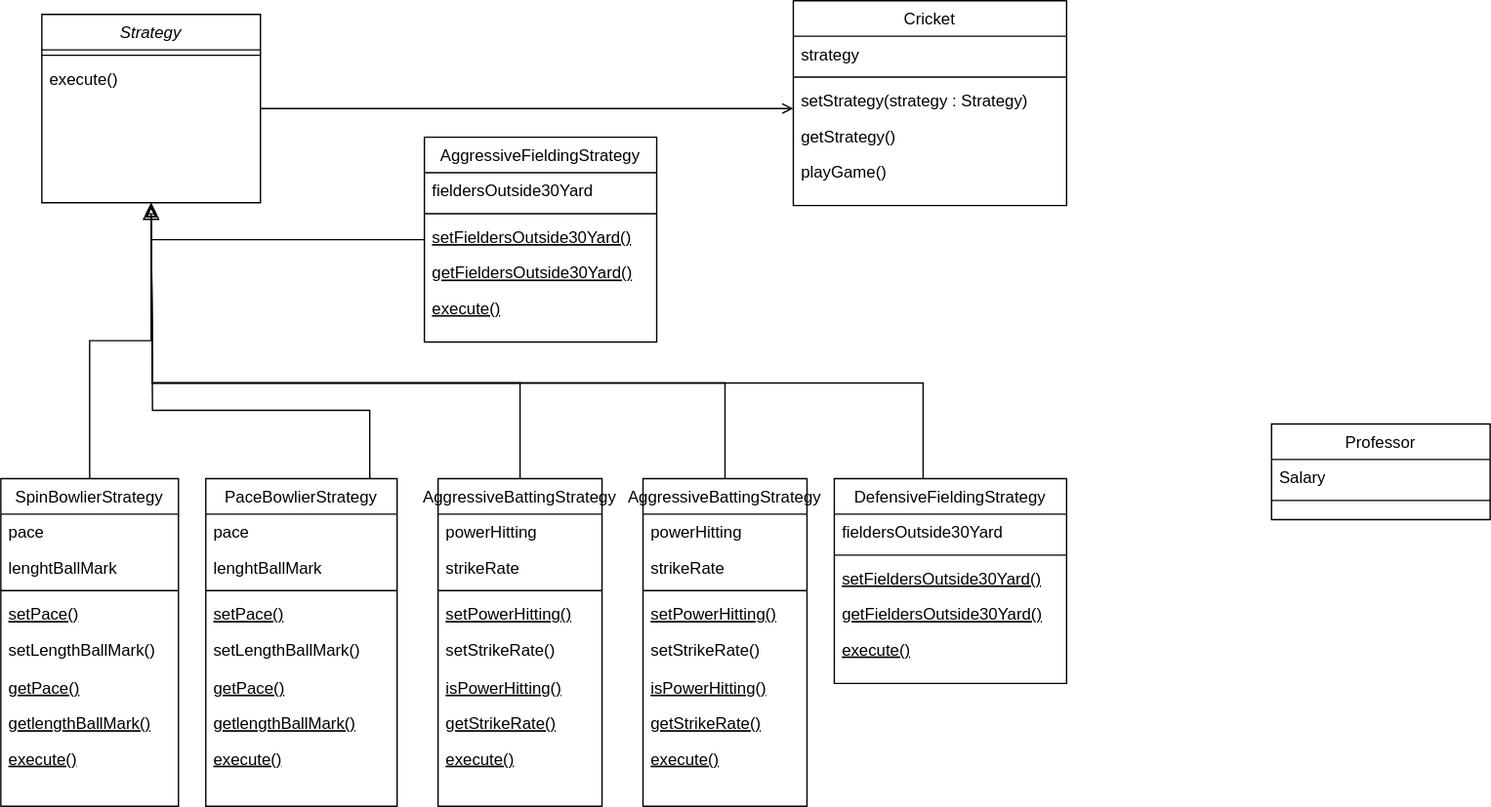
This is HW15/Diagrams/ClassDiagram.svg from dhruvshah01/CS680_HW, a draw.io export, as it was before one commit. Source tidied: cells renumbered, new cells last; positions are measured from the earlier drawing's top-left corner, leaving out a move shared by most shapes.
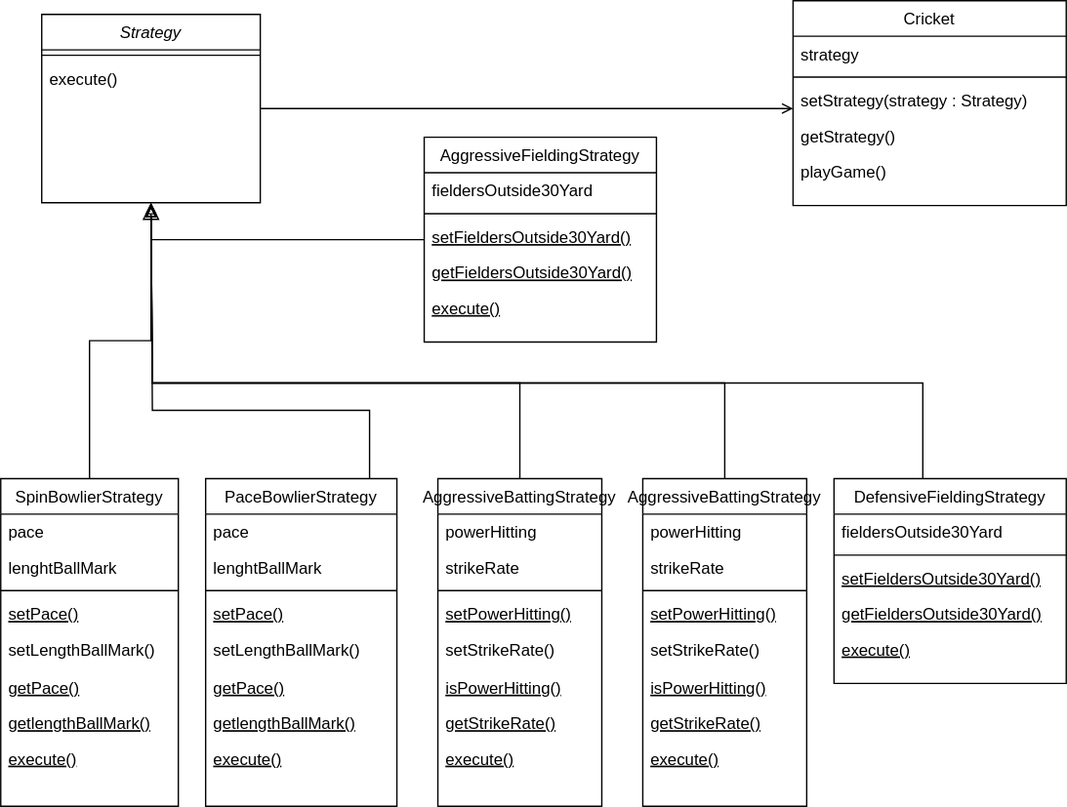
The same diagram one commit later.

The edit, as a diff of the source:
```diff
@@ -41,15 +41,6 @@
     <mxCell id="14" style="endArrow=block;endSize=10;endFill=0;shadow=0;strokeWidth=1;rounded=0;edgeStyle=elbowEdgeStyle;elbow=vertical;" parent="1" edge="1" source="5" target="2">
       <mxGeometry relative="1" as="geometry" />
     </mxCell>
-    <mxCell id="15" value="Professor" style="swimlane;fontStyle=0;align=center;verticalAlign=top;horizontal=1;startSize=26;rounded=0;shadow=0;strokeWidth=1;" parent="1" vertex="1">
-      <mxGeometry x="930" y="310" width="160" height="70" as="geometry" />
-    </mxCell>
-    <mxCell id="16" value="Salary" style="text;align=left;verticalAlign=top;spacingLeft=4;spacingRight=4;overflow=hidden;" parent="15" vertex="1">
-      <mxGeometry y="26" width="160" height="26" as="geometry" />
-    </mxCell>
-    <mxCell id="17" style="line;html=1;strokeWidth=1;align=left;verticalAlign=middle;spacingTop=-1;spacingLeft=3;spacingRight=3;labelPosition=right;" parent="15" vertex="1">
-      <mxGeometry y="52" width="160" height="8" as="geometry" />
-    </mxCell>
     <mxCell id="18" value="Cricket" style="swimlane;fontStyle=0;align=center;verticalAlign=top;horizontal=1;startSize=26;rounded=0;shadow=0;strokeWidth=1;" parent="1" vertex="1">
       <mxGeometry x="580" width="200" height="150" as="geometry" />
     </mxCell>
```
